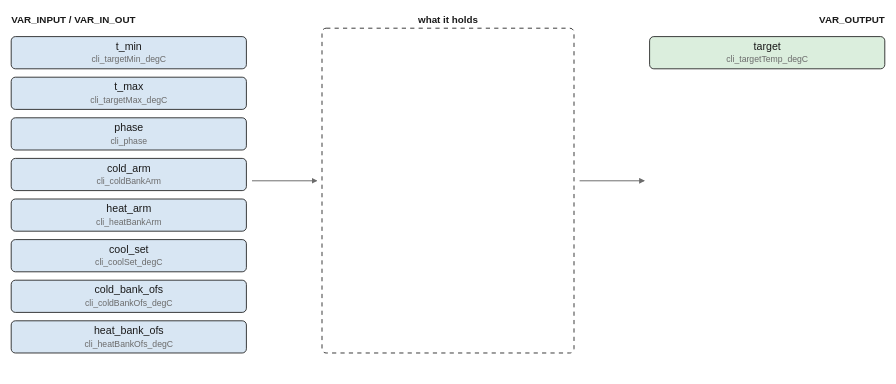
Before: images/logic/target_temp.drawio.svg, a diagram exported from draw.io (pstch/botanik2). Source tidied: cells renumbered, new cells last; positions are measured from the earlier drawing's top-left corner, leaving out a move shared by most shapes.
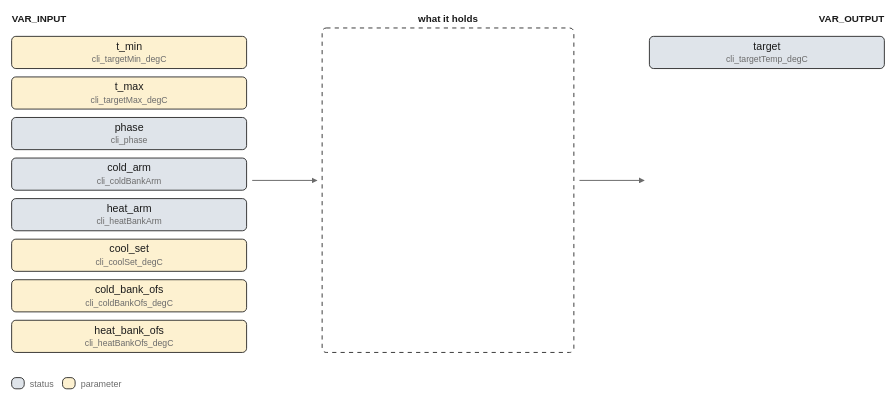
After the commit.

Diff of the diagram source:
```diff
@@ -2,8 +2,8 @@
   <root>
     <mxCell id="0" />
     <mxCell id="1" parent="0" />
-    <mxCell id="2" value="VAR_INPUT / VAR_IN_OUT" style="text;html=1;fontSize=7;fontColor=#1a1a1a;align=left;fontStyle=1;" parent="1" vertex="1">
-      <mxGeometry width="110" height="11" as="geometry" />
+    <mxCell id="2" value="VAR_INPUT" style="text;html=1;fontSize=7;fontColor=#1a1a1a;align=left;fontStyle=1;" parent="1" vertex="1">
+      <mxGeometry width="45" height="11" as="geometry" />
     </mxCell>
     <mxCell id="3" value="what it holds" style="text;html=1;fontSize=7;fontColor=#1a1a1a;align=center;fontStyle=1;" parent="1" vertex="1">
       <mxGeometry x="312" width="65" height="11" as="geometry" />
@@ -11,31 +11,31 @@
     <mxCell id="4" value="VAR_OUTPUT" style="text;html=1;fontSize=7;fontColor=#1a1a1a;align=left;fontStyle=1;" parent="1" vertex="1">
       <mxGeometry x="624" width="50" height="11" as="geometry" />
     </mxCell>
-    <mxCell id="5" value="t_min" style="rounded=1;fillColor=#d8e6f3;strokeColor=#1a1a1a;whiteSpace=wrap;html=1;fontSize=8;" parent="1" vertex="1">
+    <mxCell id="5" value="t_min" style="rounded=1;fillColor=#fdf1d0;strokeColor=#1a1a1a;whiteSpace=wrap;html=1;fontSize=8;" parent="1" vertex="1">
       <mxGeometry y="17" width="168" height="23" as="geometry" />
     </mxCell>
-    <mxCell id="6" value="t_max" style="rounded=1;fillColor=#d8e6f3;strokeColor=#1a1a1a;whiteSpace=wrap;html=1;fontSize=8;" parent="1" vertex="1">
+    <mxCell id="6" value="t_max" style="rounded=1;fillColor=#fdf1d0;strokeColor=#1a1a1a;whiteSpace=wrap;html=1;fontSize=8;" parent="1" vertex="1">
       <mxGeometry y="46" width="168" height="23" as="geometry" />
     </mxCell>
-    <mxCell id="7" value="phase" style="rounded=1;fillColor=#d8e6f3;strokeColor=#1a1a1a;whiteSpace=wrap;html=1;fontSize=8;" parent="1" vertex="1">
+    <mxCell id="7" value="phase" style="rounded=1;fillColor=#dfe4ea;strokeColor=#1a1a1a;whiteSpace=wrap;html=1;fontSize=8;" parent="1" vertex="1">
       <mxGeometry y="75" width="168" height="23" as="geometry" />
     </mxCell>
-    <mxCell id="8" value="cold_arm" style="rounded=1;fillColor=#d8e6f3;strokeColor=#1a1a1a;whiteSpace=wrap;html=1;fontSize=8;" parent="1" vertex="1">
+    <mxCell id="8" value="cold_arm" style="rounded=1;fillColor=#dfe4ea;strokeColor=#1a1a1a;whiteSpace=wrap;html=1;fontSize=8;" parent="1" vertex="1">
       <mxGeometry y="104" width="168" height="23" as="geometry" />
     </mxCell>
-    <mxCell id="9" value="heat_arm" style="rounded=1;fillColor=#d8e6f3;strokeColor=#1a1a1a;whiteSpace=wrap;html=1;fontSize=8;" parent="1" vertex="1">
+    <mxCell id="9" value="heat_arm" style="rounded=1;fillColor=#dfe4ea;strokeColor=#1a1a1a;whiteSpace=wrap;html=1;fontSize=8;" parent="1" vertex="1">
       <mxGeometry y="133" width="168" height="23" as="geometry" />
     </mxCell>
-    <mxCell id="10" value="cool_set" style="rounded=1;fillColor=#d8e6f3;strokeColor=#1a1a1a;whiteSpace=wrap;html=1;fontSize=8;" parent="1" vertex="1">
+    <mxCell id="10" value="cool_set" style="rounded=1;fillColor=#fdf1d0;strokeColor=#1a1a1a;whiteSpace=wrap;html=1;fontSize=8;" parent="1" vertex="1">
       <mxGeometry y="162" width="168" height="23" as="geometry" />
     </mxCell>
-    <mxCell id="11" value="cold_bank_ofs" style="rounded=1;fillColor=#d8e6f3;strokeColor=#1a1a1a;whiteSpace=wrap;html=1;fontSize=8;" parent="1" vertex="1">
+    <mxCell id="11" value="cold_bank_ofs" style="rounded=1;fillColor=#fdf1d0;strokeColor=#1a1a1a;whiteSpace=wrap;html=1;fontSize=8;" parent="1" vertex="1">
       <mxGeometry y="191" width="168" height="23" as="geometry" />
     </mxCell>
-    <mxCell id="12" value="heat_bank_ofs" style="rounded=1;fillColor=#d8e6f3;strokeColor=#1a1a1a;whiteSpace=wrap;html=1;fontSize=8;" parent="1" vertex="1">
+    <mxCell id="12" value="heat_bank_ofs" style="rounded=1;fillColor=#fdf1d0;strokeColor=#1a1a1a;whiteSpace=wrap;html=1;fontSize=8;" parent="1" vertex="1">
       <mxGeometry y="220" width="168" height="23" as="geometry" />
     </mxCell>
-    <mxCell id="13" value="target" style="rounded=1;fillColor=#dbeedd;strokeColor=#1a1a1a;whiteSpace=wrap;html=1;fontSize=8;" parent="1" vertex="1">
+    <mxCell id="13" value="target" style="rounded=1;fillColor=#dfe4ea;strokeColor=#1a1a1a;whiteSpace=wrap;html=1;fontSize=8;" parent="1" vertex="1">
       <mxGeometry x="456" y="17" width="168" height="23" as="geometry" />
     </mxCell>
     <mxCell id="14" style="rounded=1;fillColor=#ffffff;strokeColor=#1a1a1a;whiteSpace=wrap;html=1;fontSize=8;dashed=1;" parent="1" vertex="1">
@@ -53,5 +53,17 @@
         <mxPoint x="452" y="120" as="targetPoint" />
       </mxGeometry>
     </mxCell>
+    <mxCell id="17" style="rounded=1;fillColor=#dfe4ea;strokeColor=#1a1a1a;whiteSpace=wrap;html=1;fontSize=8;" parent="1" vertex="1">
+      <mxGeometry y="261" width="9" height="8" as="geometry" />
+    </mxCell>
+    <mxCell id="18" value="status" style="text;html=1;fontSize=6;fontColor=#6b6b6b;align=left;" parent="1" vertex="1">
+      <mxGeometry x="13" y="261.6" width="40" height="10.4" as="geometry" />
+    </mxCell>
+    <mxCell id="19" style="rounded=1;fillColor=#fdf1d0;strokeColor=#1a1a1a;whiteSpace=wrap;html=1;fontSize=8;" parent="1" vertex="1">
+      <mxGeometry x="36.4" y="261" width="9" height="8" as="geometry" />
+    </mxCell>
+    <mxCell id="20" value="parameter" style="text;html=1;fontSize=6;fontColor=#6b6b6b;align=left;" parent="1" vertex="1">
+      <mxGeometry x="49.4" y="261.6" width="45" height="10.4" as="geometry" />
+    </mxCell>
   </root>
 </mxGraphModel>
```
